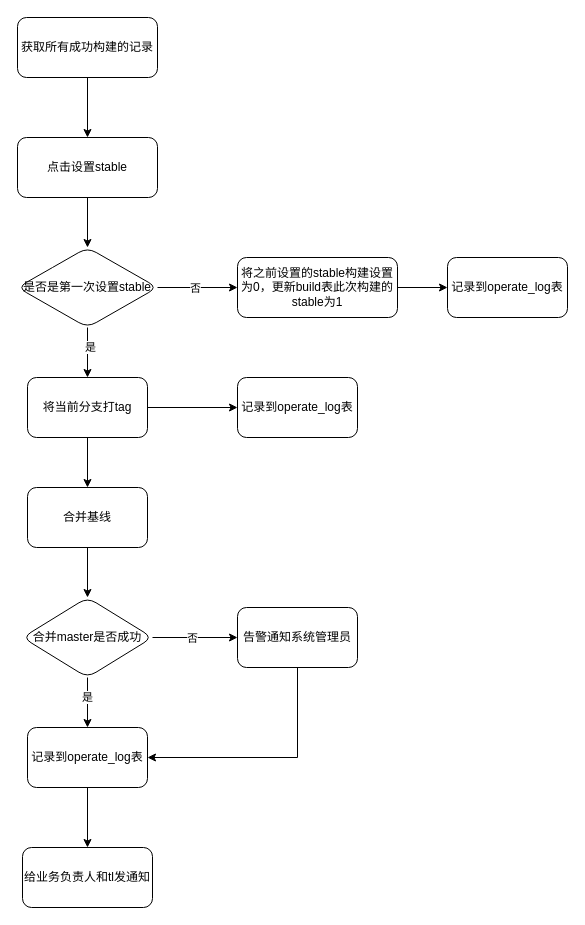
wupei-w/diagrams keeps this draw.io diagram as 设置stable.drawio. Above is the earlier version. Source tidied: cells renumbered, new cells numbered last; positions are measured from the earlier drawing's top-left corner, leaving out a move shared by most shapes. Both pictures are drawn from the tidied source at 100%, with x=0, y=0 at pixel (17, 17).
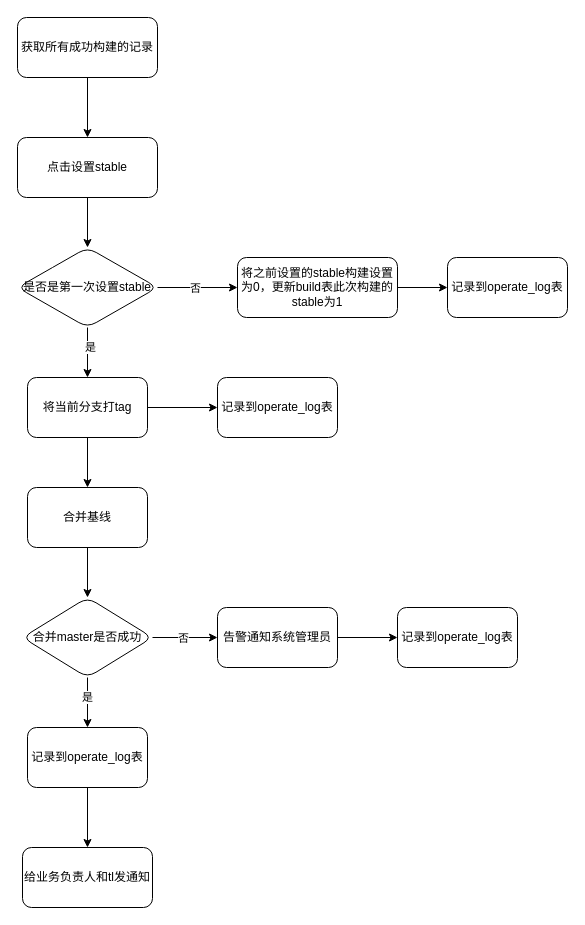
The same diagram, later.

Unchanged cells that the change refers to:
```xml
<mxCell id="16" value="记录到operate_log表" style="whiteSpace=wrap;html=1;rounded=1;" parent="1" vertex="1">
  <mxGeometry x="10" y="710" width="120" height="60" as="geometry" />
</mxCell>
```

Change to the diagram source:
```diff
@@
-    <mxCell id="22" style="edgeStyle=orthogonalEdgeStyle;rounded=0;jettySize=auto;html=1;entryX=1;entryY=0.5;entryDx=0;entryDy=0;" parent="1" edge="1" source="23" target="16">
-      <mxGeometry relative="1" as="geometry">
-        <Array as="points">
-          <mxPoint x="280" y="740" />
-        </Array>
-      </mxGeometry>
-    </mxCell>
+    <mxCell id="30" style="edgeStyle=orthogonalEdgeStyle;rounded=0;jettySize=auto;html=1;" parent="1" edge="1" source="23" target="31">
+      <mxGeometry relative="1" as="geometry" />
+    </mxCell>
     <mxCell id="23" value="告警通知系统管理员" style="whiteSpace=wrap;html=1;rounded=1;" parent="1" vertex="1">
-      <mxGeometry x="220" y="590" width="120" height="60" as="geometry" />
+      <mxGeometry x="200" y="590" width="120" height="60" as="geometry" />
     </mxCell>
@@
     <mxCell id="27" value="记录到operate_log表" style="whiteSpace=wrap;html=1;rounded=1;" parent="1" vertex="1">
-      <mxGeometry x="220" y="360" width="120" height="60" as="geometry" />
+      <mxGeometry x="200" y="360" width="120" height="60" as="geometry" />
     </mxCell>
@@
+    <mxCell id="31" value="记录到operate_log表" style="whiteSpace=wrap;html=1;rounded=1;" parent="1" vertex="1">
+      <mxGeometry x="380" y="590" width="120" height="60" as="geometry" />
+    </mxCell>
```
